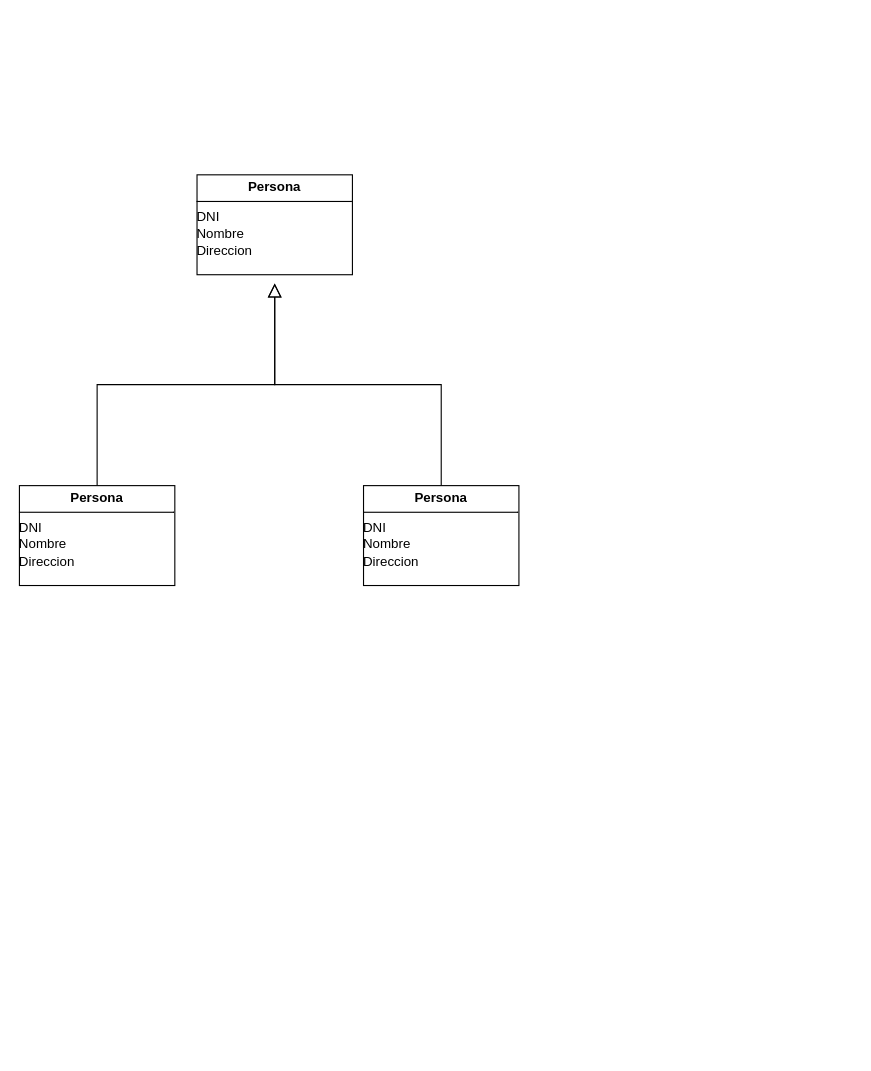
LucasDiBs/DFD keeps this draw.io diagram as Diagrama sin título.drawio. Above is the earlier version. Source tidied: cells renumbered, new cells numbered last; positions are measured from the earlier drawing's top-left corner, leaving out a move shared by most shapes. Both pictures are drawn from the tidied source at 111%, with x=0, y=0 at pixel (19, 174).
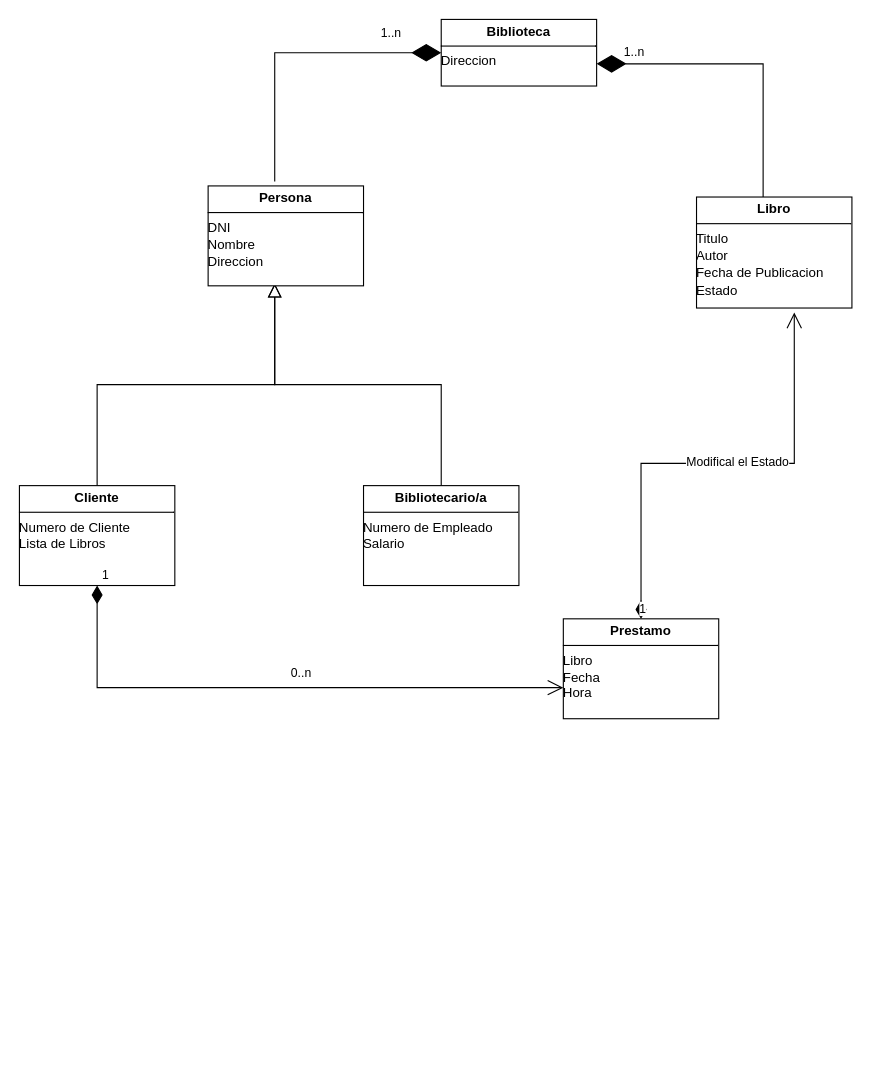
Above is the later version.

Change to the diagram source:
```diff
@@
     <mxCell id="4" value="&lt;p style=&quot;margin:0px;margin-top:4px;text-align:center;&quot;&gt;&lt;b&gt;Persona&lt;/b&gt;&lt;/p&gt;&lt;hr size=&quot;1&quot; style=&quot;border-style:solid;&quot;&gt;DNI&lt;div&gt;Nombre&lt;br&gt;&lt;div style=&quot;height:2px;&quot;&gt;&lt;/div&gt;&lt;/div&gt;&lt;div style=&quot;height:2px;&quot;&gt;Direccion&lt;/div&gt;" style="verticalAlign=top;align=left;overflow=fill;html=1;whiteSpace=wrap;" parent="1" vertex="1">
-      <mxGeometry x="160" width="140" height="90" as="geometry" />
+      <mxGeometry x="170" y="10" width="140" height="90" as="geometry" />
     </mxCell>
-    <mxCell id="5" value="&lt;p style=&quot;margin:0px;margin-top:4px;text-align:center;&quot;&gt;&lt;b&gt;Persona&lt;/b&gt;&lt;/p&gt;&lt;hr size=&quot;1&quot; style=&quot;border-style:solid;&quot;&gt;DNI&lt;div&gt;Nombre&lt;br&gt;&lt;div style=&quot;height:2px;&quot;&gt;&lt;/div&gt;&lt;/div&gt;&lt;div style=&quot;height:2px;&quot;&gt;Direccion&lt;/div&gt;" style="verticalAlign=top;align=left;overflow=fill;html=1;whiteSpace=wrap;" parent="1" vertex="1">
+    <mxCell id="5" value="&lt;p style=&quot;margin:0px;margin-top:4px;text-align:center;&quot;&gt;&lt;b&gt;Cliente&lt;/b&gt;&lt;/p&gt;&lt;hr size=&quot;1&quot; style=&quot;border-style:solid;&quot;&gt;Numero de Cliente&lt;div&gt;Lista de Libros&lt;br&gt;&lt;div style=&quot;height:2px;&quot;&gt;&lt;/div&gt;&lt;/div&gt;&lt;div style=&quot;height:2px;&quot;&gt;&lt;br&gt;&lt;/div&gt;" style="verticalAlign=top;align=left;overflow=fill;html=1;whiteSpace=wrap;" parent="1" vertex="1">
       <mxGeometry y="280" width="140" height="90" as="geometry" />
     </mxCell>
-    <mxCell id="6" value="&lt;p style=&quot;margin:0px;margin-top:4px;text-align:center;&quot;&gt;&lt;b&gt;Persona&lt;/b&gt;&lt;/p&gt;&lt;hr size=&quot;1&quot; style=&quot;border-style:solid;&quot;&gt;DNI&lt;div&gt;Nombre&lt;br&gt;&lt;div style=&quot;height:2px;&quot;&gt;&lt;/div&gt;&lt;/div&gt;&lt;div style=&quot;height:2px;&quot;&gt;Direccion&lt;/div&gt;" style="verticalAlign=top;align=left;overflow=fill;html=1;whiteSpace=wrap;" parent="1" vertex="1">
+    <mxCell id="6" value="&lt;p style=&quot;margin:0px;margin-top:4px;text-align:center;&quot;&gt;&lt;b&gt;Bibliotecario/a&lt;/b&gt;&lt;/p&gt;&lt;hr size=&quot;1&quot; style=&quot;border-style:solid;&quot;&gt;Numero de Empleado&amp;nbsp;&lt;div&gt;&lt;span style=&quot;background-color: initial;&quot;&gt;Salario&lt;/span&gt;&lt;br&gt;&lt;/div&gt;" style="verticalAlign=top;align=left;overflow=fill;html=1;whiteSpace=wrap;" parent="1" vertex="1">
       <mxGeometry x="310" y="280" width="140" height="90" as="geometry" />
     </mxCell>
+    <mxCell id="7" value="&lt;p style=&quot;margin:0px;margin-top:4px;text-align:center;&quot;&gt;&lt;b&gt;Biblioteca&lt;/b&gt;&lt;/p&gt;&lt;hr size=&quot;1&quot; style=&quot;border-style:solid;&quot;&gt;Direccion&lt;div&gt;&lt;br&gt;&lt;/div&gt;" style="verticalAlign=top;align=left;overflow=fill;html=1;whiteSpace=wrap;" parent="1" vertex="1">
+      <mxGeometry x="380" y="-140" width="140" height="60" as="geometry" />
+    </mxCell>
+    <mxCell id="8" value="&lt;p style=&quot;margin:0px;margin-top:4px;text-align:center;&quot;&gt;&lt;b&gt;Libro&lt;/b&gt;&lt;/p&gt;&lt;hr size=&quot;1&quot; style=&quot;border-style:solid;&quot;&gt;Titulo&lt;div&gt;Autor&lt;br&gt;&lt;div style=&quot;height:2px;&quot;&gt;&lt;/div&gt;&lt;/div&gt;&lt;div style=&quot;height:2px;&quot;&gt;Fecha de Publicacion&lt;/div&gt;&lt;div style=&quot;height:2px;&quot;&gt;&lt;br&gt;&lt;/div&gt;&lt;div style=&quot;height:2px;&quot;&gt;&lt;br&gt;&lt;/div&gt;&lt;div style=&quot;height:2px;&quot;&gt;&lt;br&gt;&lt;/div&gt;&lt;div style=&quot;height:2px;&quot;&gt;&lt;br&gt;&lt;/div&gt;&lt;div style=&quot;height:2px;&quot;&gt;&lt;div style=&quot;height: 2px;&quot;&gt;&lt;br&gt;&lt;/div&gt;&lt;div style=&quot;height: 2px;&quot;&gt;&lt;br&gt;&lt;/div&gt;&lt;div style=&quot;height: 2px;&quot;&gt;&lt;br&gt;&lt;/div&gt;&lt;div style=&quot;height: 2px;&quot;&gt;Estado&lt;/div&gt;&lt;/div&gt;" style="verticalAlign=top;align=left;overflow=fill;html=1;whiteSpace=wrap;" parent="1" vertex="1">
+      <mxGeometry x="610" y="20" width="140" height="100" as="geometry" />
+    </mxCell>
+    <mxCell id="9" style="endArrow=diamondThin;endFill=1;endSize=24;html=1;rounded=0;entryX=0.5;entryY=1;entryDx=0;entryDy=0;" parent="1" edge="1">
+      <mxGeometry relative="1" as="geometry">
+        <mxPoint x="670" y="20" as="sourcePoint" />
+        <mxPoint x="520" y="-100" as="targetPoint" />
+        <Array as="points">
+          <mxPoint x="670" y="-100" />
+        </Array>
+      </mxGeometry>
+    </mxCell>
+    <mxCell id="10" style="endArrow=diamondThin;endFill=1;endSize=24;html=1;rounded=0;entryX=0.5;entryY=1;entryDx=0;entryDy=0;" parent="1" edge="1">
+      <mxGeometry relative="1" as="geometry">
+        <mxPoint x="230" y="6" as="sourcePoint" />
+        <mxPoint x="380" y="-110" as="targetPoint" />
+        <Array as="points">
+          <mxPoint x="230" y="-110" />
+        </Array>
+      </mxGeometry>
+    </mxCell>
+    <mxCell id="11" value="1..n" style="edgeLabel;html=1;align=left;verticalAlign=top;" parent="1" vertex="1">
+      <mxGeometry x="340" y="-120" as="geometry">
+        <mxPoint x="-16" y="-21" as="offset" />
+      </mxGeometry>
+    </mxCell>
+    <mxCell id="12" value="1..n" style="edgeLabel;html=1;align=left;verticalAlign=top;" parent="1" vertex="1">
+      <mxGeometry x="460" y="230" as="geometry">
+        <mxPoint x="83" y="-354" as="offset" />
+      </mxGeometry>
+    </mxCell>
+    <mxCell id="13" value="&lt;p style=&quot;margin:0px;margin-top:4px;text-align:center;&quot;&gt;&lt;b&gt;Prestamo&lt;/b&gt;&lt;/p&gt;&lt;hr size=&quot;1&quot; style=&quot;border-style:solid;&quot;&gt;Libro&lt;div&gt;Fecha&lt;/div&gt;&lt;div style=&quot;height:2px;&quot;&gt;Hora&lt;/div&gt;" style="verticalAlign=top;align=left;overflow=fill;html=1;whiteSpace=wrap;" parent="1" vertex="1">
+      <mxGeometry x="490" y="400" width="140" height="90" as="geometry" />
+    </mxCell>
+    <mxCell id="14" value="1" style="endArrow=open;html=1;endSize=12;startArrow=diamondThin;startSize=14;startFill=1;edgeStyle=orthogonalEdgeStyle;align=left;verticalAlign=bottom;rounded=0;exitX=0.5;exitY=1;exitDx=0;exitDy=0;entryX=0;entryY=0.689;entryDx=0;entryDy=0;entryPerimeter=0;" parent="1" edge="1" source="5" target="13">
+      <mxGeometry x="-1" y="3" relative="1" as="geometry" />
+    </mxCell>
+    <mxCell id="15" value="0..n" style="edgeLabel;html=1;align=left;verticalAlign=top;" parent="1" vertex="1">
+      <mxGeometry x="160" y="790" as="geometry">
+        <mxPoint x="83" y="-354" as="offset" />
+      </mxGeometry>
+    </mxCell>
+    <mxCell id="16" value="1" style="endArrow=open;html=1;endSize=12;startArrow=diamondThin;startSize=14;startFill=1;edgeStyle=orthogonalEdgeStyle;align=left;verticalAlign=bottom;rounded=0;entryX=0.629;entryY=1.04;entryDx=0;entryDy=0;entryPerimeter=0;" parent="1" edge="1" source="13" target="8">
+      <mxGeometry x="-1" y="3" relative="1" as="geometry" />
+    </mxCell>
+    <mxCell id="17" value="Modifical el Estado" style="edgeLabel;html=1;align=center;verticalAlign=middle;" parent="16" vertex="1">
+      <mxGeometry x="0.09" y="2" relative="1" as="geometry" />
+    </mxCell>
```
